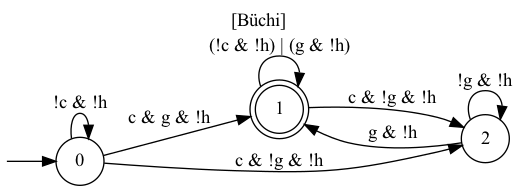
Earlier version of the Graphviz export dfa3.png (YuliiaSuprun/Task-Planning-with-TEGs). Its source is kept beside it as dfa3.dot.
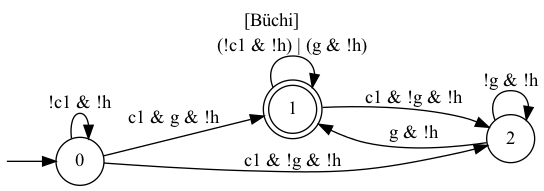
After the change.

The edit, as a diff of the source:
```diff
@@ -6,12 +6,12 @@
   I [label="", style=invis, width=0]
   I -> 0
   0 [label="0"]
-  0 -> 0 [label="!c & !h"]
-  0 -> 1 [label="c & g & !h"]
-  0 -> 2 [label="c & !g & !h"]
+  0 -> 0 [label="!c1 & !h"]
+  0 -> 1 [label="c1 & g & !h"]
+  0 -> 2 [label="c1 & !g & !h"]
   1 [label="1", peripheries=2]
-  1 -> 1 [label="(!c & !h) | (g & !h)"]
-  1 -> 2 [label="c & !g & !h"]
+  1 -> 1 [label="(!c1 & !h) | (g & !h)"]
+  1 -> 2 [label="c1 & !g & !h"]
   2 [label="2"]
   2 -> 1 [label="g & !h"]
   2 -> 2 [label="!g & !h"]
```
